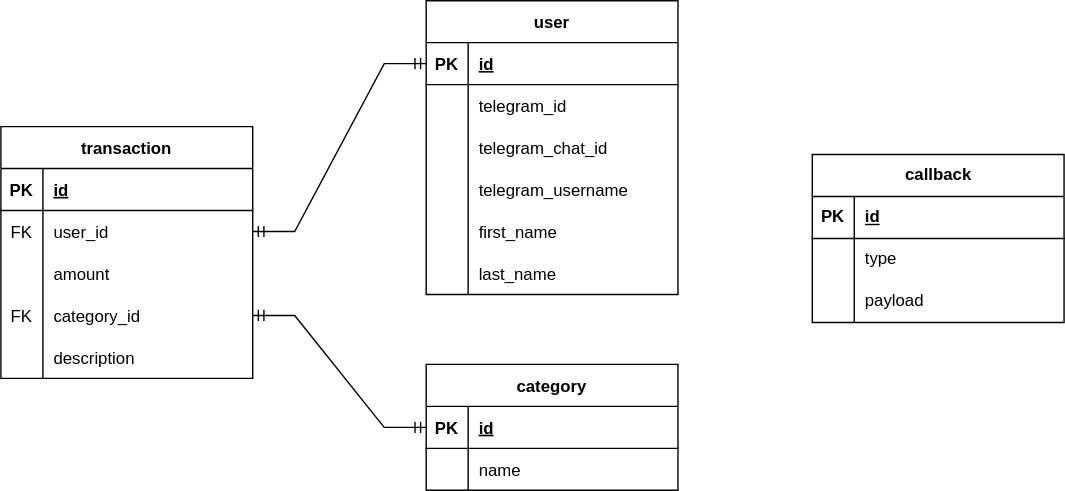
This is database-diagram.drawio.svg from msemitkin/financie, a draw.io export, as it was before one commit. Source tidied: cells renumbered, new cells last; positions are measured from the earlier drawing's top-left corner, leaving out a move shared by most shapes.
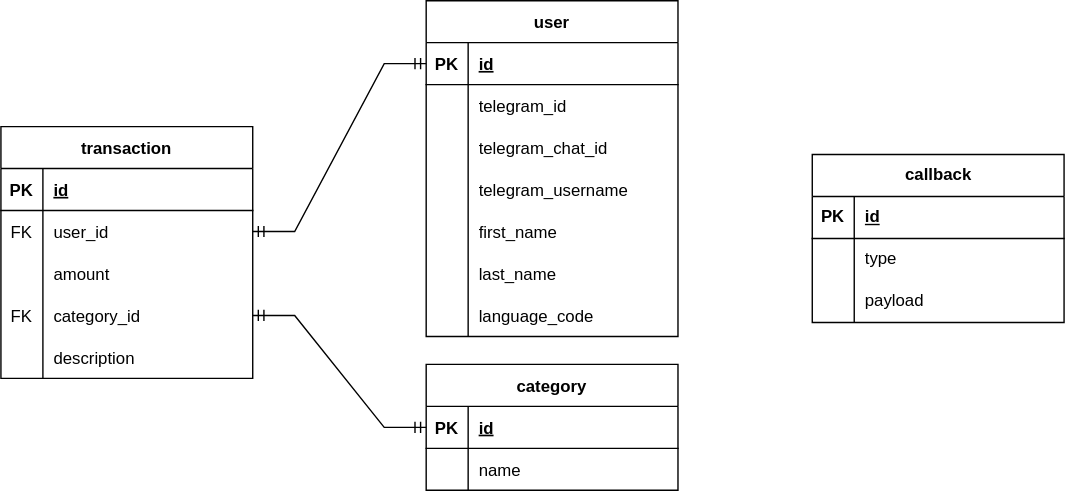
The same diagram one commit later.

Commit message:
Update database-diagram

The edit, as a diff of the source:
```diff
@@ -72,7 +72,7 @@
       <mxGeometry x="30" width="150" height="30" as="geometry" />
     </mxCell>
     <mxCell id="25" value="user" style="shape=table;startSize=30;rowLines=0;fontStyle=1;align=center;" parent="1" vertex="1">
-      <mxGeometry x="304" width="180" height="210" as="geometry" />
+      <mxGeometry x="304" width="180" height="240" as="geometry" />
     </mxCell>
     <mxCell id="26" style="shape=tableRow;horizontal=0;startSize=0;swimlaneHead=0;swimlaneBody=0;fillColor=none;points=[[0,0.5],[1,0.5]];portConstraint=eastwest;top=0;left=0;right=0;bottom=1;" parent="25" vertex="1">
       <mxGeometry y="30" width="180" height="30" as="geometry" />
@@ -128,6 +128,15 @@
     <mxCell id="43" value="last_name" style="shape=partialRectangle;fillColor=none;top=0;left=0;bottom=0;right=0;align=left;spacingLeft=6;overflow=hidden;" parent="41" vertex="1">
       <mxGeometry x="30" width="150" height="30" as="geometry" />
     </mxCell>
+    <mxCell id="56" style="shape=tableRow;horizontal=0;startSize=0;swimlaneHead=0;swimlaneBody=0;fillColor=none;top=0;left=0;right=0;bottom=0;" parent="25" vertex="1">
+      <mxGeometry y="210" width="180" height="30" as="geometry" />
+    </mxCell>
+    <mxCell id="57" style="shape=partialRectangle;fillColor=none;top=0;left=0;bottom=0;right=0;overflow=hidden;" parent="56" vertex="1">
+      <mxGeometry width="30" height="30" as="geometry" />
+    </mxCell>
+    <mxCell id="58" value="language_code" style="shape=partialRectangle;fillColor=none;top=0;left=0;bottom=0;right=0;align=left;spacingLeft=6;overflow=hidden;" parent="56" vertex="1">
+      <mxGeometry x="30" width="150" height="30" as="geometry" />
+    </mxCell>
     <mxCell id="44" style="edgeStyle=entityRelationEdgeStyle;fontSize=12;html=1;endArrow=ERmandOne;startArrow=ERmandOne;rounded=0;entryX=0;entryY=0.5;entryDx=0;entryDy=0;exitX=1;exitY=0.5;exitDx=0;exitDy=0;" parent="1" edge="1" source="6" target="26">
       <mxGeometry relative="1" as="geometry" />
     </mxCell>
```
